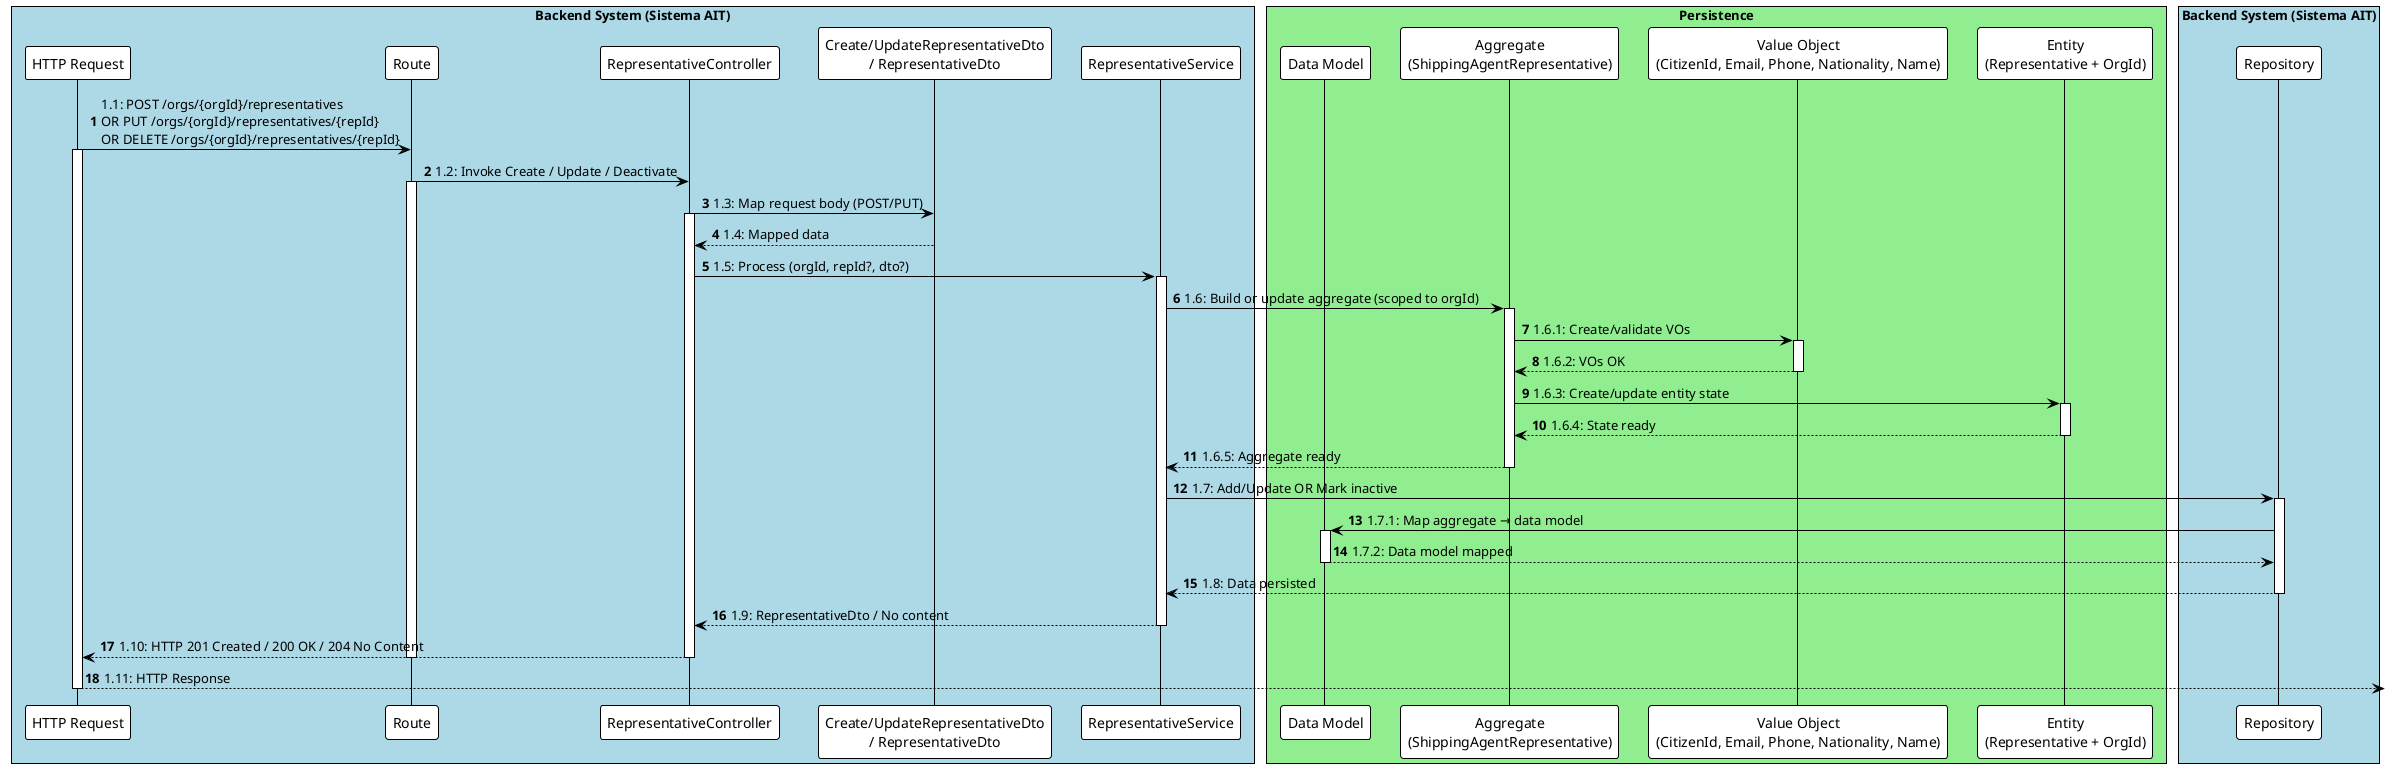
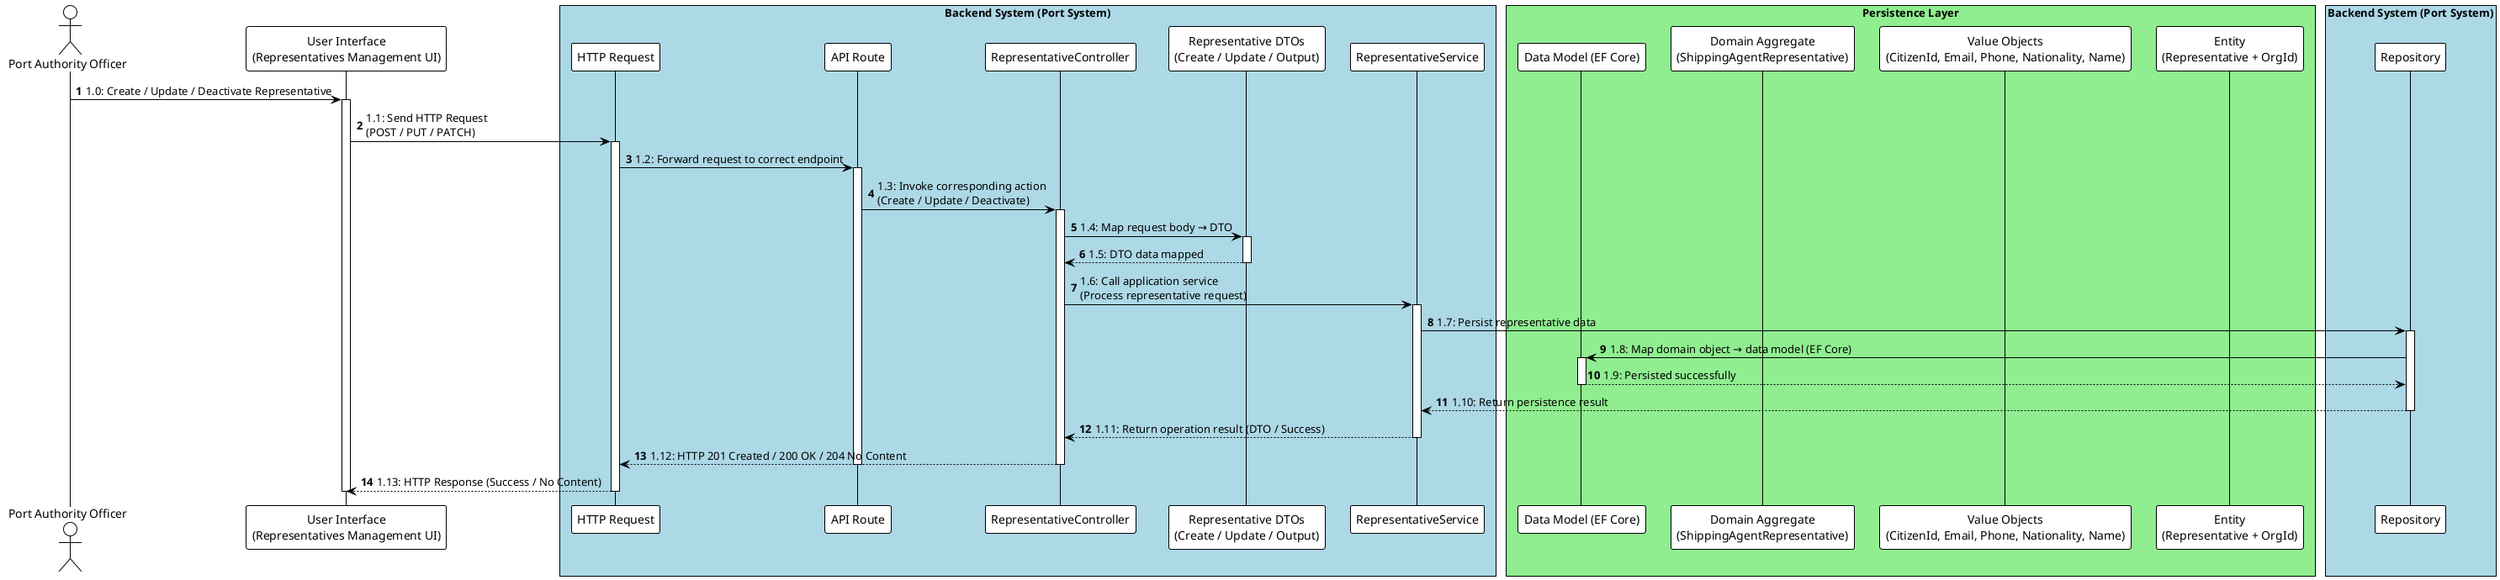
@startuml
!theme plain
autonumber

- box "Backend System (Sistema AIT)" #LightBlue
-     participant "HTTP Request" as HttpRequest
-     participant "Route" as Route
-     participant "RepresentativeController" as Controller
-     participant "Create/UpdateRepresentativeDto\n/ RepresentativeDto" as Dto
-     participant "RepresentativeService" as Service
-     box "Persistence" #LightGreen
-         participant "Data Model" as DataModel
-         participant "Aggregate\n(ShippingAgentRepresentative)" as Aggregate
-         participant "Value Object\n(CitizenId, Email, Phone, Nationality, Name)" as ValueObject
-         participant "Entity\n(Representative + OrgId)" as Entity
-     end box
-     participant "Repository" as Repository
+ actor "Port Authority Officer" as Officer
+ 
+ participant "User Interface\n(Representatives Management UI)" as UI
+ 
+ box "Backend System (Port System)" #LightBlue
+ participant "HTTP Request" as HttpRequest
+ participant "API Route" as Route
+ participant "RepresentativeController" as Controller
+ participant "Representative DTOs\n(Create / Update / Output)" as Dto
+ participant "RepresentativeService" as Service
+ box "Persistence Layer" #LightGreen
+ participant "Data Model (EF Core)" as DataModel
+ participant "Domain Aggregate\n(ShippingAgentRepresentative)" as Aggregate
+ participant "Value Objects\n(CitizenId, Email, Phone, Nationality, Name)" as ValueObject
+ participant "Entity\n(Representative + OrgId)" as Entity
+ end box
+ participant "Repository" as Repository
end box

- HttpRequest -> Route : 1.1: POST /orgs/{orgId}/representatives\nOR PUT /orgs/{orgId}/representatives/{repId}\nOR DELETE /orgs/{orgId}/representatives/{repId}
+ ' --- Interaction Flow ---
+ Officer -> UI : 1.0: Create / Update / Deactivate Representative
+ activate UI
+ 
+ UI -> HttpRequest : 1.1: Send HTTP Request\n(POST / PUT / PATCH)
activate HttpRequest
- Route -> Controller : 1.2: Invoke Create / Update / Deactivate
+ HttpRequest -> Route : 1.2: Forward request to correct endpoint
activate Route
- Controller -> Dto : 1.3: Map request body (POST/PUT)
+ Route -> Controller : 1.3: Invoke corresponding action\n(Create / Update / Deactivate)
activate Controller
- Dto --> Controller : 1.4: Mapped data
+ Controller -> Dto : 1.4: Map request body → DTO
+ activate Dto
+ Dto --> Controller : 1.5: DTO data mapped
deactivate Dto
- Controller -> Service : 1.5: Process (orgId, repId?, dto?)
+ 
+ Controller -> Service : 1.6: Call application service\n(Process representative request)
activate Service

- ' Create/Update path (validations + mapping no domínio)
- Service -> Aggregate : 1.6: Build or update aggregate (scoped to orgId)
- activate Aggregate
- Aggregate -> ValueObject : 1.6.1: Create/validate VOs
- activate ValueObject
- ValueObject --> Aggregate : 1.6.2: VOs OK
- deactivate ValueObject
- Aggregate -> Entity : 1.6.3: Create/update entity state
- activate Entity
- Entity --> Aggregate : 1.6.4: State ready
- deactivate Entity
- Aggregate --> Service : 1.6.5: Aggregate ready
- deactivate Aggregate
- 
- ' Persistência (Create/Update ou Deactivate)
- Service -> Repository : 1.7: Add/Update OR Mark inactive
+ Service -> Repository : 1.7: Persist representative data
activate Repository
- Repository -> DataModel : 1.7.1: Map aggregate → data model
+ Repository -> DataModel : 1.8: Map domain object → data model (EF Core)
activate DataModel
- DataModel --> Repository : 1.7.2: Data model mapped
+ DataModel --> Repository : 1.9: Persisted successfully
deactivate DataModel
- Repository --> Service : 1.8: Data persisted
+ Repository --> Service : 1.10: Return persistence result
deactivate Repository

- Service --> Controller : 1.9: RepresentativeDto / No content
+ Service --> Controller : 1.11: Return operation result (DTO / Success)
deactivate Service
- Controller --> HttpRequest : 1.10: HTTP 201 Created / 200 OK / 204 No Content
+ Controller --> HttpRequest : 1.12: HTTP 201 Created / 200 OK / 204 No Content
deactivate Controller
deactivate Route
- HttpRequest --> : 1.11: HTTP Response
+ HttpRequest --> UI : 1.13: HTTP Response (Success / No Content)
deactivate HttpRequest
+ deactivate UI

- @enduml
+ @enduml